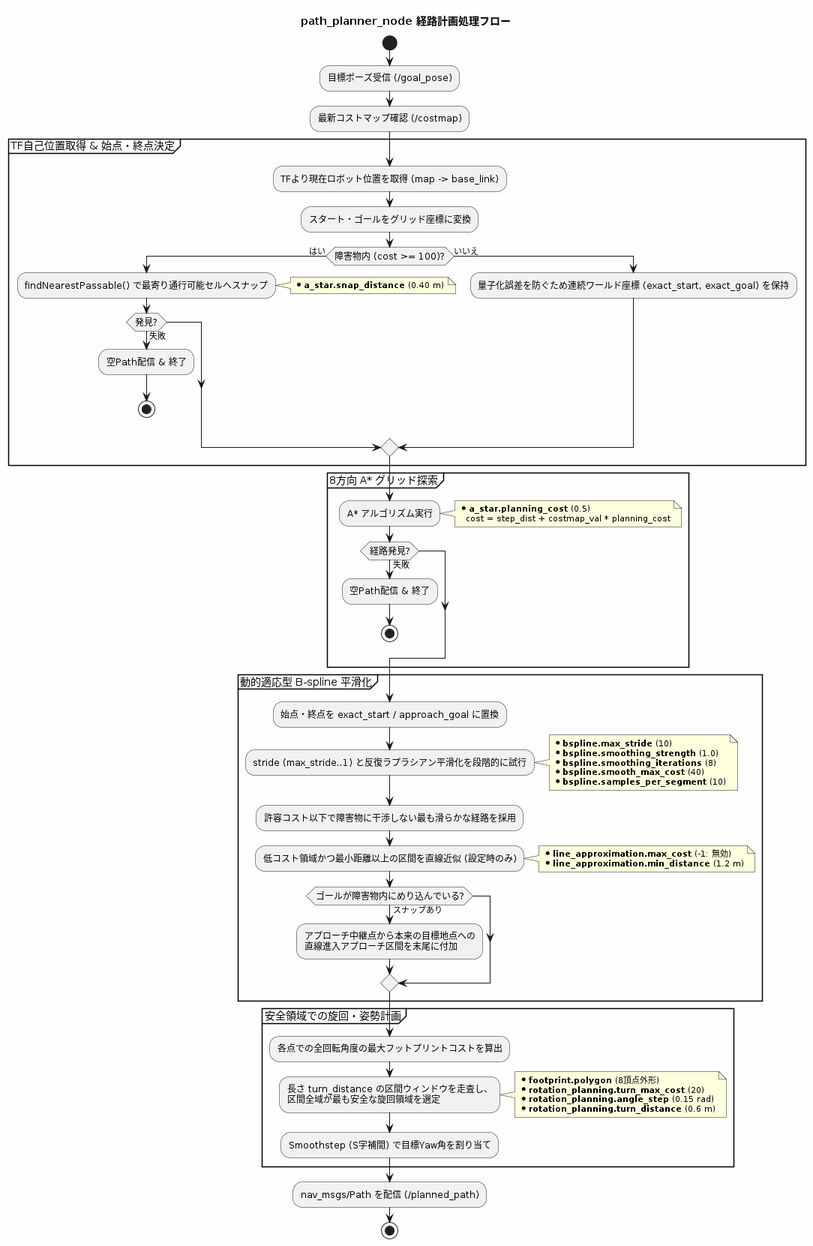
This is docs/path_planner_flow.png from tmcit-ararobo-2026a/gn10-navigation, a PlantUML export, as it was before one commit.
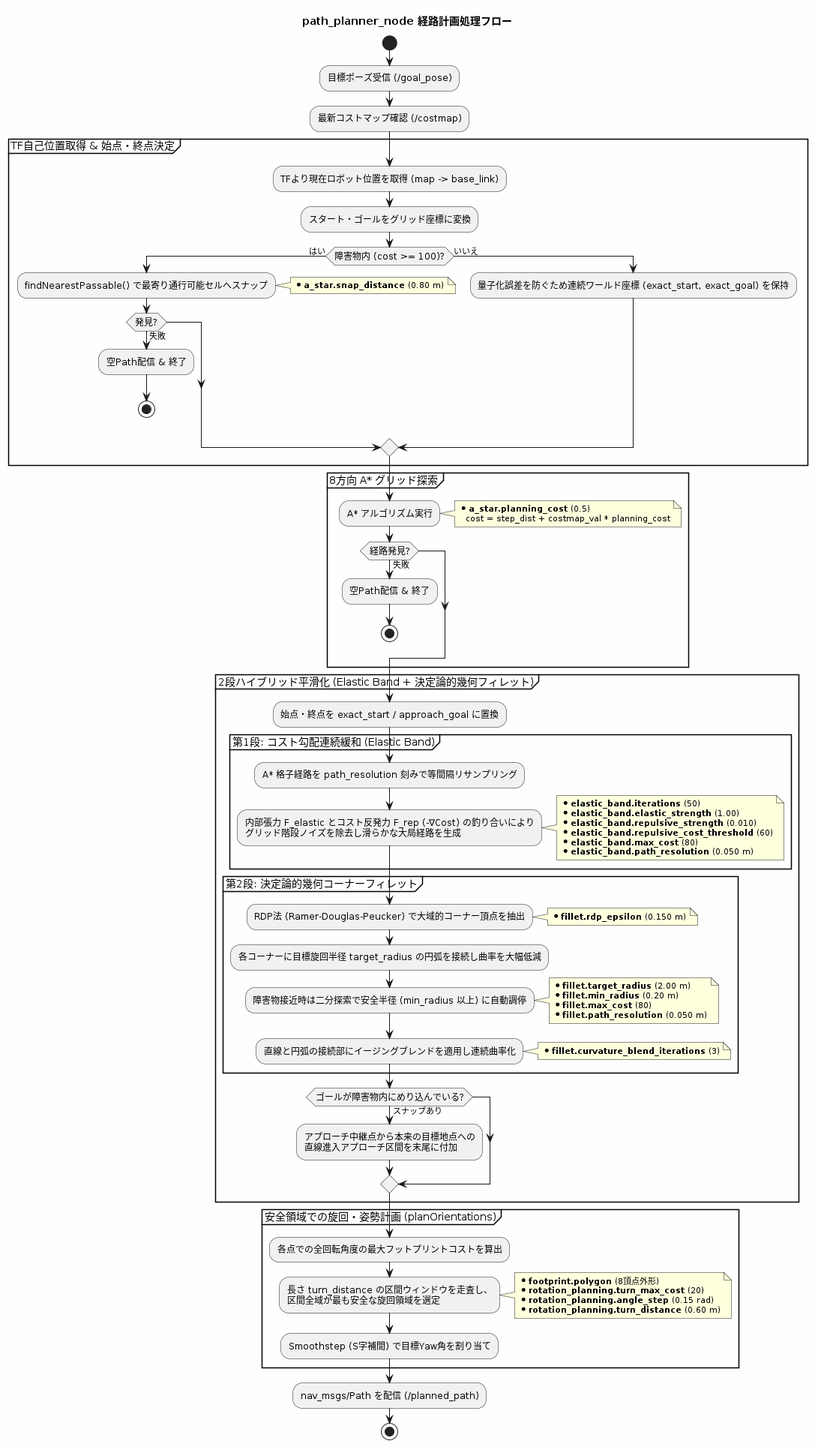
After the commit.

Commit message:
docs: update PlantUML diagrams and READMEs to reflect 2-stage hybrid smoothing (Elastic Band + Fillet)

What changed in the source:
```diff
@@ -16,7 +16,7 @@
     if (障害物内 (cost >= 100)?) then (はい)
         :findNearestPassable() で最寄り通行可能セルへスナップ;
         note right
-          * <b>a_star.snap_distance</b> (0.40 m)
+          * <b>a_star.snap_distance</b> (0.80 m)
         end note
         if (発見?) then (失敗)
             :空Path配信 & 終了;
@@ -39,35 +39,54 @@
     endif
 }
 
-partition "動的適応型 B-spline 平滑化" {
+partition "2段ハイブリッド平滑化 (Elastic Band + 決定論的幾何フィレット)" {
     :始点・終点を exact_start / approach_goal に置換;
-    :stride (max_stride..1) と反復ラプラシアン平滑化を段階的に試行;
-    note right
-      * <b>bspline.max_stride</b> (10)
-      * <b>bspline.smoothing_strength</b> (1.0)
-      * <b>bspline.smoothing_iterations</b> (8)
-      * <b>bspline.smooth_max_cost</b> (40)
-      * <b>bspline.samples_per_segment</b> (10)
-    end note
-    :許容コスト以下で障害物に干渉しない最も滑らかな経路を採用;
-    :低コスト領域かつ最小距離以上の区間を直線近似 (設定時のみ);
-    note right
-      * <b>line_approximation.max_cost</b> (-1: 無効)
-      * <b>line_approximation.min_distance</b> (1.2 m)
-    end note
+
+    partition "第1段: コスト勾配連続緩和 (Elastic Band)" {
+        :A* 格子経路を path_resolution 刻みで等間隔リサンプリング;
+        :内部張力 F_elastic とコスト反発力 F_rep (-∇Cost) の釣り合いにより\nグリッド階段ノイズを除去し滑らかな大局経路を生成;
+        note right
+          * <b>elastic_band.iterations</b> (50)
+          * <b>elastic_band.elastic_strength</b> (1.00)
+          * <b>elastic_band.repulsive_strength</b> (0.010)
+          * <b>elastic_band.repulsive_cost_threshold</b> (60)
+          * <b>elastic_band.max_cost</b> (80)
+          * <b>elastic_band.path_resolution</b> (0.050 m)
+        end note
+    }
+
+    partition "第2段: 決定論的幾何コーナーフィレット" {
+        :RDP法 (Ramer-Douglas-Peucker) で大域的コーナー頂点を抽出;
+        note right
+          * <b>fillet.rdp_epsilon</b> (0.150 m)
+        end note
+        :各コーナーに目標旋回半径 target_radius の円弧を接続し曲率を大幅低減;
+        :障害物接近時は二分探索で安全半径 (min_radius 以上) に自動調停;
+        note right
+          * <b>fillet.target_radius</b> (2.00 m)
+          * <b>fillet.min_radius</b> (0.20 m)
+          * <b>fillet.max_cost</b> (80)
+          * <b>fillet.path_resolution</b> (0.050 m)
+        end note
+        :直線と円弧の接続部にイージングブレンドを適用し連続曲率化;
+        note right
+          * <b>fillet.curvature_blend_iterations</b> (3)
+        end note
+    }
+
     if (ゴールが障害物内にめり込んでいる?) then (スナップあり)
         :アプローチ中継点から本来の目標地点への\n直線進入アプローチ区間を末尾に付加;
     endif
 }
 
-partition "安全領域での旋回・姿勢計画" {
+partition "安全領域での旋回・姿勢計画 (planOrientations)" {
     :各点での全回転角度の最大フットプリントコストを算出;
     :長さ turn_distance の区間ウィンドウを走査し、\n区間全域が最も安全な旋回領域を選定;
     note right
       * <b>footprint.polygon</b> (8頂点外形)
       * <b>rotation_planning.turn_max_cost</b> (20)
       * <b>rotation_planning.angle_step</b> (0.15 rad)
-      * <b>rotation_planning.turn_distance</b> (0.6 m)
+      * <b>rotation_planning.turn_distance</b> (0.60 m)
     end note
     :Smoothstep (S字補間) で目標Yaw角を割り当て;
 }
```
